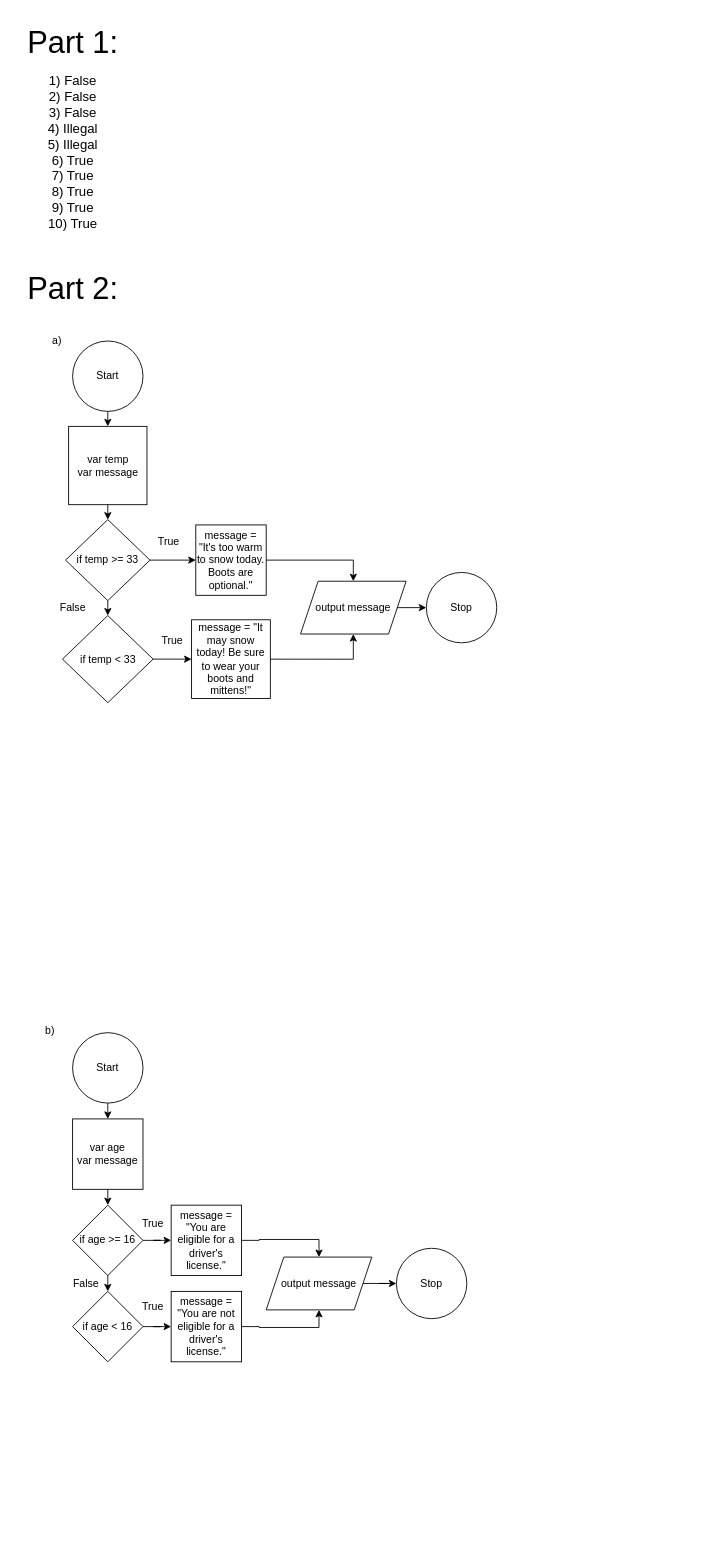
The draw.io diagram Maglione - LP3-Assignment 1.drawio in magchrista/magchrista, before the edit. Source tidied: cells renumbered, new cells numbered last; positions are measured from the earlier drawing's top-left corner, leaving out a move shared by most shapes. Both pictures are drawn from the tidied source at 88%, with x=0, y=0 at pixel (15, 15).
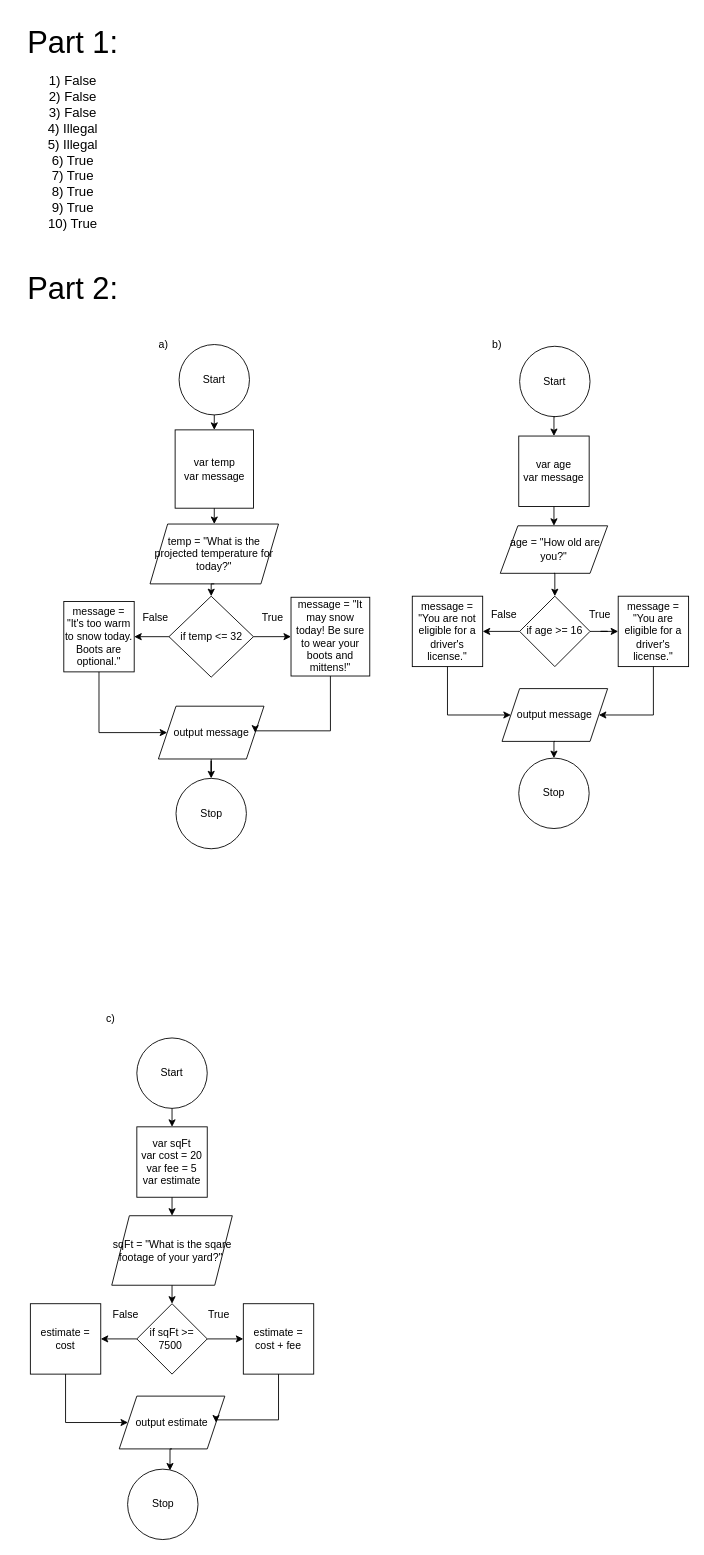
The same diagram, later.

The edit, as a diff of the source:
```diff
@@
     <mxCell id="6" value="Start" style="ellipse;whiteSpace=wrap;html=1;fillColor=none;" parent="1" vertex="1">
-      <mxGeometry x="65" y="370" width="80" height="80" as="geometry" />
+      <mxGeometry x="186" y="374" width="80" height="80" as="geometry" />
     </mxCell>
-    <mxCell id="7" style="edgeStyle=orthogonalEdgeStyle;rounded=0;jettySize=auto;html=1;exitX=0.5;exitY=1;exitDx=0;exitDy=0;entryX=0.5;entryY=0;entryDx=0;entryDy=0;" parent="1" edge="1" source="8" target="11">
-      <mxGeometry relative="1" as="geometry" />
-    </mxCell>
+    <mxCell id="45" style="edgeStyle=orthogonalEdgeStyle;rounded=0;jettySize=auto;html=1;exitX=0.5;exitY=1;exitDx=0;exitDy=0;entryX=0.5;entryY=0;entryDx=0;entryDy=0;" parent="1" edge="1" source="8" target="62">
+      <mxGeometry relative="1" as="geometry" />
+    </mxCell>
     <mxCell id="8" value="var temp&lt;div&gt;var message&lt;/div&gt;" style="whiteSpace=wrap;html=1;fillColor=none;labelBackgroundColor=none;" parent="1" vertex="1">
-      <mxGeometry x="60.5" y="467" width="89" height="89" as="geometry" />
+      <mxGeometry x="181.5" y="471" width="89" height="89" as="geometry" />
     </mxCell>
-    <mxCell id="9" style="edgeStyle=orthogonalEdgeStyle;rounded=0;jettySize=auto;html=1;exitX=0.5;exitY=1;exitDx=0;exitDy=0;entryX=0.5;entryY=0;entryDx=0;entryDy=0;" parent="1" edge="1" source="11" target="13">
-      <mxGeometry relative="1" as="geometry" />
-    </mxCell>
-    <mxCell id="10" style="edgeStyle=orthogonalEdgeStyle;rounded=0;jettySize=auto;html=1;exitX=1;exitY=0.5;exitDx=0;exitDy=0;entryX=0;entryY=0.5;entryDx=0;entryDy=0;" parent="1" edge="1" source="11" target="15">
+    <mxCell id="10" style="edgeStyle=orthogonalEdgeStyle;rounded=0;jettySize=auto;html=1;exitX=0;exitY=0.5;exitDx=0;exitDy=0;entryX=1;entryY=0.5;entryDx=0;entryDy=0;" parent="1" edge="1" source="11" target="15">
       <mxGeometry relative="1" as="geometry" />
     </mxCell>
+    <mxCell id="46" style="edgeStyle=orthogonalEdgeStyle;rounded=0;jettySize=auto;html=1;exitX=1;exitY=0.5;exitDx=0;exitDy=0;entryX=0;entryY=0.5;entryDx=0;entryDy=0;" parent="1" edge="1" source="11" target="17">
+      <mxGeometry relative="1" as="geometry" />
+    </mxCell>
-    <mxCell id="11" value="if temp &amp;gt;= 33" style="rhombus;whiteSpace=wrap;html=1;fillColor=none;" parent="1" vertex="1">
-      <mxGeometry x="57" y="573" width="96" height="92" as="geometry" />
+    <mxCell id="11" value="if temp &amp;lt;= 32" style="rhombus;whiteSpace=wrap;html=1;fillColor=none;" parent="1" vertex="1">
+      <mxGeometry x="174.5" y="660" width="96" height="92" as="geometry" />
     </mxCell>
-    <mxCell id="12" style="edgeStyle=orthogonalEdgeStyle;rounded=0;jettySize=auto;html=1;exitX=1;exitY=0.5;exitDx=0;exitDy=0;entryX=0;entryY=0.5;entryDx=0;entryDy=0;" parent="1" edge="1" source="13" target="17">
-      <mxGeometry relative="1" as="geometry" />
-    </mxCell>
-    <mxCell id="13" value="if temp &amp;lt; 33" style="rhombus;whiteSpace=wrap;html=1;fillColor=none;" parent="1" vertex="1">
-      <mxGeometry x="53.5" y="682" width="103" height="99" as="geometry" />
-    </mxCell>
-    <mxCell id="14" style="edgeStyle=orthogonalEdgeStyle;rounded=0;jettySize=auto;html=1;exitX=1;exitY=0.5;exitDx=0;exitDy=0;entryX=0.5;entryY=0;entryDx=0;entryDy=0;" parent="1" edge="1" source="15" target="19">
-      <mxGeometry relative="1" as="geometry" />
+    <mxCell id="14" style="edgeStyle=orthogonalEdgeStyle;rounded=0;jettySize=auto;html=1;exitX=0.5;exitY=1;exitDx=0;exitDy=0;entryX=0;entryY=0.5;entryDx=0;entryDy=0;" parent="1" edge="1" source="15" target="19">
+      <mxGeometry relative="1" as="geometry">
+        <Array as="points">
+          <mxPoint x="95" y="815" />
+        </Array>
+      </mxGeometry>
     </mxCell>
     <mxCell id="15" value="message = &quot;It's too warm to snow today. Boots are optional.&quot;" style="whiteSpace=wrap;html=1;fillColor=none;" parent="1" vertex="1">
-      <mxGeometry x="205" y="579" width="80" height="80" as="geometry" />
+      <mxGeometry x="55" y="666" width="80" height="80" as="geometry" />
     </mxCell>
-    <mxCell id="16" style="edgeStyle=orthogonalEdgeStyle;rounded=0;jettySize=auto;html=1;exitX=1;exitY=0.5;exitDx=0;exitDy=0;entryX=0.5;entryY=1;entryDx=0;entryDy=0;" parent="1" edge="1" source="17" target="19">
-      <mxGeometry relative="1" as="geometry" />
+    <mxCell id="16" style="edgeStyle=orthogonalEdgeStyle;rounded=0;jettySize=auto;html=1;exitX=0.5;exitY=1;exitDx=0;exitDy=0;entryX=1;entryY=0.5;entryDx=0;entryDy=0;" parent="1" edge="1" source="17" target="19">
+      <mxGeometry relative="1" as="geometry">
+        <Array as="points">
+          <mxPoint x="358" y="813" />
+          <mxPoint x="273" y="813" />
+        </Array>
+      </mxGeometry>
     </mxCell>
     <mxCell id="17" value="message = &quot;It may snow today! Be sure to wear your boots and mittens!&quot;" style="whiteSpace=wrap;html=1;fillColor=none;" parent="1" vertex="1">
-      <mxGeometry x="200.2" y="686.8" width="89.5" height="89.5" as="geometry" />
+      <mxGeometry x="313.2" y="661.2" width="89.5" height="89.5" as="geometry" />
     </mxCell>
-    <mxCell id="18" style="edgeStyle=orthogonalEdgeStyle;rounded=0;jettySize=auto;html=1;exitX=1;exitY=0.5;exitDx=0;exitDy=0;entryX=0;entryY=0.5;entryDx=0;entryDy=0;" parent="1" edge="1" source="19" target="20">
+    <mxCell id="18" style="edgeStyle=orthogonalEdgeStyle;rounded=0;jettySize=auto;html=1;exitX=0.5;exitY=1;exitDx=0;exitDy=0;" parent="1" edge="1" source="19" target="20">
       <mxGeometry relative="1" as="geometry" />
     </mxCell>
     <mxCell id="19" value="output message" style="shape=parallelogram;perimeter=parallelogramPerimeter;whiteSpace=wrap;html=1;fixedSize=1;fillColor=none;" parent="1" vertex="1">
-      <mxGeometry x="324" y="643" width="120" height="60" as="geometry" />
+      <mxGeometry x="162.5" y="785" width="120" height="60" as="geometry" />
     </mxCell>
     <mxCell id="20" value="Stop" style="ellipse;whiteSpace=wrap;html=1;fillColor=none;" parent="1" vertex="1">
-      <mxGeometry x="467" y="633" width="80" height="80" as="geometry" />
+      <mxGeometry x="182.5" y="867" width="80" height="80" as="geometry" />
     </mxCell>
     <mxCell id="21" value="False" style="text;html=1;align=center;verticalAlign=middle;strokeColor=none;fillColor=none;" parent="1" vertex="1">
-      <mxGeometry x="41.5" y="660" width="47" height="26" as="geometry" />
+      <mxGeometry x="135" y="672" width="47" height="26" as="geometry" />
     </mxCell>
     <mxCell id="22" value="True" style="text;html=1;align=center;verticalAlign=middle;strokeColor=none;fillColor=none;" parent="1" vertex="1">
-      <mxGeometry x="153" y="585" width="42" height="26" as="geometry" />
+      <mxGeometry x="270.5" y="672" width="42" height="26" as="geometry" />
     </mxCell>
-    <mxCell id="23" value="True" style="text;html=1;align=center;verticalAlign=middle;strokeColor=none;fillColor=none;" parent="1" vertex="1">
-      <mxGeometry x="156.5" y="698" width="42" height="26" as="geometry" />
-    </mxCell>
     <mxCell id="24" value="a)" style="text;html=1;align=center;verticalAlign=middle;strokeColor=none;fillColor=none;" parent="1" vertex="1">
-      <mxGeometry x="32" y="357" width="29" height="26" as="geometry" />
+      <mxGeometry x="153" y="361" width="29" height="26" as="geometry" />
     </mxCell>
@@
     <mxCell id="26" value="Start" style="ellipse;whiteSpace=wrap;html=1;fillColor=none;" parent="1" vertex="1">
-      <mxGeometry x="65" y="1156" width="80" height="80" as="geometry" />
+      <mxGeometry x="573" y="376" width="80" height="80" as="geometry" />
     </mxCell>
     <mxCell id="27" value="b)" style="text;html=1;align=center;verticalAlign=middle;strokeColor=none;fillColor=none;" parent="1" vertex="1">
-      <mxGeometry x="24" y="1141" width="29" height="26" as="geometry" />
+      <mxGeometry x="532" y="361" width="29" height="26" as="geometry" />
     </mxCell>
-    <mxCell id="28" style="edgeStyle=orthogonalEdgeStyle;rounded=0;jettySize=auto;html=1;exitX=0.5;exitY=1;exitDx=0;exitDy=0;entryX=0.5;entryY=0;entryDx=0;entryDy=0;" parent="1" edge="1" source="29" target="32">
-      <mxGeometry relative="1" as="geometry" />
-    </mxCell>
+    <mxCell id="47" style="edgeStyle=orthogonalEdgeStyle;rounded=0;jettySize=auto;html=1;exitX=0.5;exitY=1;exitDx=0;exitDy=0;entryX=0.5;entryY=0;entryDx=0;entryDy=0;" parent="1" edge="1" source="29" target="60">
+      <mxGeometry relative="1" as="geometry" />
+    </mxCell>
     <mxCell id="29" value="var age&lt;div&gt;var message&lt;/div&gt;" style="whiteSpace=wrap;html=1;fillColor=none;" parent="1" vertex="1">
-      <mxGeometry x="65" y="1254" width="80" height="80" as="geometry" />
+      <mxGeometry x="572" y="478" width="80" height="80" as="geometry" />
     </mxCell>
-    <mxCell id="30" style="edgeStyle=orthogonalEdgeStyle;rounded=0;jettySize=auto;html=1;exitX=0.5;exitY=1;exitDx=0;exitDy=0;entryX=0.5;entryY=0;entryDx=0;entryDy=0;" parent="1" edge="1" source="32" target="34">
-      <mxGeometry relative="1" as="geometry" />
-    </mxCell>
@@
+    <mxCell id="48" style="edgeStyle=orthogonalEdgeStyle;rounded=0;jettySize=auto;html=1;exitX=0;exitY=0.5;exitDx=0;exitDy=0;entryX=1;entryY=0.5;entryDx=0;entryDy=0;" parent="1" edge="1" source="32" target="38">
+      <mxGeometry relative="1" as="geometry" />
+    </mxCell>
     <mxCell id="32" value="if age &amp;gt;= 16" style="rhombus;whiteSpace=wrap;html=1;fillColor=none;" parent="1" vertex="1">
-      <mxGeometry x="65" y="1352" width="80" height="80" as="geometry" />
+      <mxGeometry x="573" y="660" width="80" height="80" as="geometry" />
     </mxCell>
-    <mxCell id="33" style="edgeStyle=orthogonalEdgeStyle;rounded=0;jettySize=auto;html=1;exitX=1;exitY=0.5;exitDx=0;exitDy=0;" parent="1" edge="1" source="34" target="38">
-      <mxGeometry relative="1" as="geometry" />
-    </mxCell>
-    <mxCell id="34" value="if age &amp;lt; 16" style="rhombus;whiteSpace=wrap;html=1;fillColor=none;" parent="1" vertex="1">
-      <mxGeometry x="65" y="1450" width="80" height="80" as="geometry" />
-    </mxCell>
-    <mxCell id="35" style="edgeStyle=orthogonalEdgeStyle;rounded=0;jettySize=auto;html=1;exitX=1;exitY=0.5;exitDx=0;exitDy=0;entryX=0.5;entryY=0;entryDx=0;entryDy=0;" parent="1" edge="1" source="36" target="40">
-      <mxGeometry relative="1" as="geometry" />
+    <mxCell id="35" style="edgeStyle=orthogonalEdgeStyle;rounded=0;jettySize=auto;html=1;exitX=0.5;exitY=1;exitDx=0;exitDy=0;entryX=1;entryY=0.5;entryDx=0;entryDy=0;" parent="1" edge="1" source="36" target="40">
+      <mxGeometry relative="1" as="geometry">
+        <Array as="points">
+          <mxPoint x="725" y="795" />
+        </Array>
+      </mxGeometry>
     </mxCell>
     <mxCell id="36" value="message = &quot;You are eligible for a driver's license.&quot;" style="whiteSpace=wrap;html=1;fillColor=none;" parent="1" vertex="1">
-      <mxGeometry x="177" y="1352" width="80" height="80" as="geometry" />
+      <mxGeometry x="685" y="660" width="80" height="80" as="geometry" />
     </mxCell>
-    <mxCell id="37" style="edgeStyle=orthogonalEdgeStyle;rounded=0;jettySize=auto;html=1;exitX=1;exitY=0.5;exitDx=0;exitDy=0;entryX=0.5;entryY=1;entryDx=0;entryDy=0;" parent="1" edge="1" source="38" target="40">
-      <mxGeometry relative="1" as="geometry" />
+    <mxCell id="37" style="edgeStyle=orthogonalEdgeStyle;rounded=0;jettySize=auto;html=1;exitX=0.5;exitY=1;exitDx=0;exitDy=0;entryX=0;entryY=0.5;entryDx=0;entryDy=0;" parent="1" edge="1" source="38" target="40">
+      <mxGeometry relative="1" as="geometry">
+        <Array as="points">
+          <mxPoint x="491" y="795" />
+        </Array>
+      </mxGeometry>
     </mxCell>
     <mxCell id="38" value="message = &quot;You are not eligible for a driver's license.&quot;" style="whiteSpace=wrap;html=1;fillColor=none;" parent="1" vertex="1">
-      <mxGeometry x="177" y="1450" width="80" height="80" as="geometry" />
+      <mxGeometry x="451" y="660" width="80" height="80" as="geometry" />
     </mxCell>
-    <mxCell id="39" style="edgeStyle=orthogonalEdgeStyle;rounded=0;jettySize=auto;html=1;exitX=1;exitY=0.5;exitDx=0;exitDy=0;" parent="1" edge="1" source="40" target="41">
+    <mxCell id="39" style="edgeStyle=orthogonalEdgeStyle;rounded=0;jettySize=auto;html=1;exitX=0.5;exitY=1;exitDx=0;exitDy=0;entryX=0.5;entryY=0;entryDx=0;entryDy=0;" parent="1" edge="1" source="40" target="41">
       <mxGeometry relative="1" as="geometry" />
     </mxCell>
     <mxCell id="40" value="output message" style="shape=parallelogram;perimeter=parallelogramPerimeter;whiteSpace=wrap;html=1;fixedSize=1;fillColor=none;" parent="1" vertex="1">
-      <mxGeometry x="285" y="1411" width="120" height="60" as="geometry" />
+      <mxGeometry x="553" y="765" width="120" height="60" as="geometry" />
     </mxCell>
     <mxCell id="41" value="Stop" style="ellipse;whiteSpace=wrap;html=1;fillColor=none;" parent="1" vertex="1">
-      <mxGeometry x="433" y="1401" width="80" height="80" as="geometry" />
+      <mxGeometry x="572" y="844" width="80" height="80" as="geometry" />
     </mxCell>
     <mxCell id="42" value="True" style="text;html=1;align=center;verticalAlign=middle;strokeColor=none;fillColor=none;" parent="1" vertex="1">
-      <mxGeometry x="135" y="1360" width="42" height="26" as="geometry" />
+      <mxGeometry x="643" y="668" width="42" height="26" as="geometry" />
     </mxCell>
-    <mxCell id="43" value="True" style="text;html=1;align=center;verticalAlign=middle;strokeColor=none;fillColor=none;" parent="1" vertex="1">
-      <mxGeometry x="135" y="1455" width="42" height="26" as="geometry" />
-    </mxCell>
     <mxCell id="44" value="False" style="text;html=1;align=center;verticalAlign=middle;strokeColor=none;fillColor=none;" parent="1" vertex="1">
-      <mxGeometry x="56" y="1428" width="47" height="26" as="geometry" />
+      <mxGeometry x="531" y="668" width="47" height="26" as="geometry" />
     </mxCell>
+    <mxCell id="49" style="edgeStyle=orthogonalEdgeStyle;rounded=0;jettySize=auto;html=1;exitX=0.5;exitY=1;exitDx=0;exitDy=0;entryX=0.5;entryY=0;entryDx=0;entryDy=0;" parent="1" edge="1" source="50" target="53">
+      <mxGeometry relative="1" as="geometry" />
+    </mxCell>
+    <mxCell id="50" value="Start" style="ellipse;whiteSpace=wrap;html=1;fillColor=none;" parent="1" vertex="1">
+      <mxGeometry x="138" y="1162" width="80" height="80" as="geometry" />
+    </mxCell>
+    <mxCell id="51" value="c)" style="text;html=1;align=center;verticalAlign=middle;strokeColor=none;fillColor=none;" parent="1" vertex="1">
+      <mxGeometry x="94" y="1127" width="28" height="26" as="geometry" />
+    </mxCell>
+    <mxCell id="52" style="edgeStyle=orthogonalEdgeStyle;rounded=0;jettySize=auto;html=1;exitX=0.5;exitY=1;exitDx=0;exitDy=0;entryX=0.5;entryY=0;entryDx=0;entryDy=0;" parent="1" edge="1" source="53" target="58">
+      <mxGeometry relative="1" as="geometry" />
+    </mxCell>
+    <mxCell id="53" value="var sqFt&lt;div&gt;var cost = 20&lt;/div&gt;&lt;div&gt;var fee = 5&lt;/div&gt;&lt;div&gt;var estimate&lt;/div&gt;" style="whiteSpace=wrap;html=1;fillColor=none;" parent="1" vertex="1">
+      <mxGeometry x="138" y="1263" width="80" height="80" as="geometry" />
+    </mxCell>
+    <mxCell id="54" style="edgeStyle=orthogonalEdgeStyle;rounded=0;jettySize=auto;html=1;exitX=1;exitY=0.5;exitDx=0;exitDy=0;entryX=0;entryY=0.5;entryDx=0;entryDy=0;" parent="1" edge="1" source="56" target="64">
+      <mxGeometry relative="1" as="geometry" />
+    </mxCell>
+    <mxCell id="55" style="edgeStyle=orthogonalEdgeStyle;rounded=0;jettySize=auto;html=1;exitX=0;exitY=0.5;exitDx=0;exitDy=0;entryX=1;entryY=0.5;entryDx=0;entryDy=0;" parent="1" edge="1" source="56" target="66">
+      <mxGeometry relative="1" as="geometry" />
+    </mxCell>
+    <mxCell id="56" value="if sqFt &amp;gt;= 7500&amp;nbsp;" style="rhombus;whiteSpace=wrap;html=1;fillColor=none;" parent="1" vertex="1">
+      <mxGeometry x="138" y="1464" width="80" height="80" as="geometry" />
+    </mxCell>
+    <mxCell id="57" style="edgeStyle=orthogonalEdgeStyle;rounded=0;jettySize=auto;html=1;exitX=0.5;exitY=1;exitDx=0;exitDy=0;entryX=0.5;entryY=0;entryDx=0;entryDy=0;" parent="1" edge="1" source="58" target="56">
+      <mxGeometry relative="1" as="geometry" />
+    </mxCell>
+    <mxCell id="58" value="sqFt = &quot;What is the sqare footage of your yard?&quot;&lt;span style=&quot;background-color: initial;&quot;&gt;&amp;nbsp;&lt;/span&gt;" style="shape=parallelogram;perimeter=parallelogramPerimeter;whiteSpace=wrap;html=1;fixedSize=1;fillColor=none;" parent="1" vertex="1">
+      <mxGeometry x="109.5" y="1364" width="137" height="79" as="geometry" />
+    </mxCell>
+    <mxCell id="59" style="edgeStyle=orthogonalEdgeStyle;rounded=0;jettySize=auto;html=1;exitX=0.5;exitY=1;exitDx=0;exitDy=0;entryX=0.5;entryY=0;entryDx=0;entryDy=0;" parent="1" edge="1" source="60" target="32">
+      <mxGeometry relative="1" as="geometry" />
+    </mxCell>
+    <mxCell id="60" value="&amp;nbsp;age = &quot;How old are you?&quot;" style="shape=parallelogram;perimeter=parallelogramPerimeter;whiteSpace=wrap;html=1;fixedSize=1;fillColor=none;" parent="1" vertex="1">
+      <mxGeometry x="551" y="580" width="122" height="54" as="geometry" />
+    </mxCell>
+    <mxCell id="61" style="edgeStyle=orthogonalEdgeStyle;rounded=0;jettySize=auto;html=1;exitX=0.5;exitY=1;exitDx=0;exitDy=0;entryX=0.5;entryY=0;entryDx=0;entryDy=0;" parent="1" edge="1" source="62" target="11">
+      <mxGeometry relative="1" as="geometry" />
+    </mxCell>
+    <mxCell id="62" value="temp = &quot;What is the projected temperature for today?&quot;" style="shape=parallelogram;perimeter=parallelogramPerimeter;whiteSpace=wrap;html=1;fixedSize=1;fillColor=none;" parent="1" vertex="1">
+      <mxGeometry x="153" y="578" width="146" height="68" as="geometry" />
+    </mxCell>
+    <mxCell id="63" style="edgeStyle=orthogonalEdgeStyle;rounded=0;jettySize=auto;html=1;exitX=0.5;exitY=1;exitDx=0;exitDy=0;entryX=1;entryY=0.5;entryDx=0;entryDy=0;" parent="1" edge="1" source="64" target="68">
+      <mxGeometry relative="1" as="geometry">
+        <Array as="points">
+          <mxPoint x="299" y="1596" />
+          <mxPoint x="228" y="1596" />
+        </Array>
+      </mxGeometry>
+    </mxCell>
+    <mxCell id="64" value="estimate = cost + fee" style="whiteSpace=wrap;html=1;fillColor=none;" parent="1" vertex="1">
+      <mxGeometry x="259" y="1464" width="80" height="80" as="geometry" />
+    </mxCell>
+    <mxCell id="65" style="edgeStyle=orthogonalEdgeStyle;rounded=0;jettySize=auto;html=1;exitX=0.5;exitY=1;exitDx=0;exitDy=0;entryX=0;entryY=0.5;entryDx=0;entryDy=0;" parent="1" edge="1" source="66" target="68">
+      <mxGeometry relative="1" as="geometry">
+        <Array as="points">
+          <mxPoint x="57" y="1599" />
+        </Array>
+      </mxGeometry>
+    </mxCell>
+    <mxCell id="66" value="estimate = cost" style="whiteSpace=wrap;html=1;fillColor=none;" parent="1" vertex="1">
+      <mxGeometry x="17" y="1464" width="80" height="80" as="geometry" />
+    </mxCell>
+    <mxCell id="67" value="Stop" style="ellipse;whiteSpace=wrap;html=1;fillColor=none;" parent="1" vertex="1">
+      <mxGeometry x="127.5" y="1652" width="80" height="80" as="geometry" />
+    </mxCell>
+    <mxCell id="68" value="output estimate" style="shape=parallelogram;perimeter=parallelogramPerimeter;whiteSpace=wrap;html=1;fixedSize=1;fillColor=none;" parent="1" vertex="1">
+      <mxGeometry x="118" y="1569" width="120" height="60" as="geometry" />
+    </mxCell>
+    <mxCell id="69" value="True" style="text;html=1;align=center;verticalAlign=middle;strokeColor=none;fillColor=none;" parent="1" vertex="1">
+      <mxGeometry x="210" y="1464" width="42" height="26" as="geometry" />
+    </mxCell>
+    <mxCell id="70" value="False" style="text;html=1;align=center;verticalAlign=middle;strokeColor=none;fillColor=none;" parent="1" vertex="1">
+      <mxGeometry x="101" y="1464" width="47" height="26" as="geometry" />
+    </mxCell>
+    <mxCell id="71" style="edgeStyle=orthogonalEdgeStyle;rounded=0;jettySize=auto;html=1;exitX=0.5;exitY=1;exitDx=0;exitDy=0;entryX=0.602;entryY=0.019;entryDx=0;entryDy=0;entryPerimeter=0;" parent="1" edge="1" source="68" target="67">
+      <mxGeometry relative="1" as="geometry" />
+    </mxCell>
```
